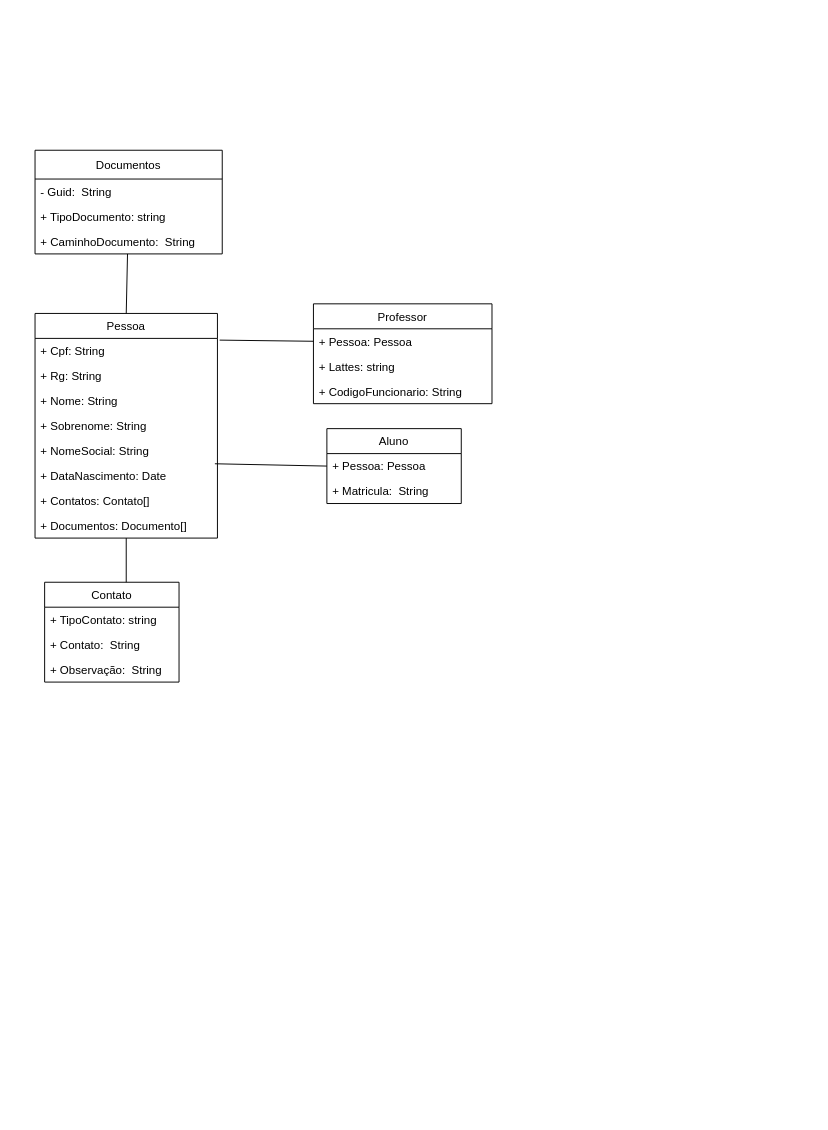
Above: page "Page-2" (2 of 2) of CasoDeUso/Diagrama de caso de uso.drawio in EAbeier/Analise-e-Modelagem-de-Sistemas (draw.io), before the change. Source tidied: cells renumbered, new cells numbered last; positions are measured from the earlier drawing's top-left corner, leaving out a move shared by most shapes. Both pictures are drawn from the tidied source at 96%, with x=0, y=0 at pixel (35, 150).
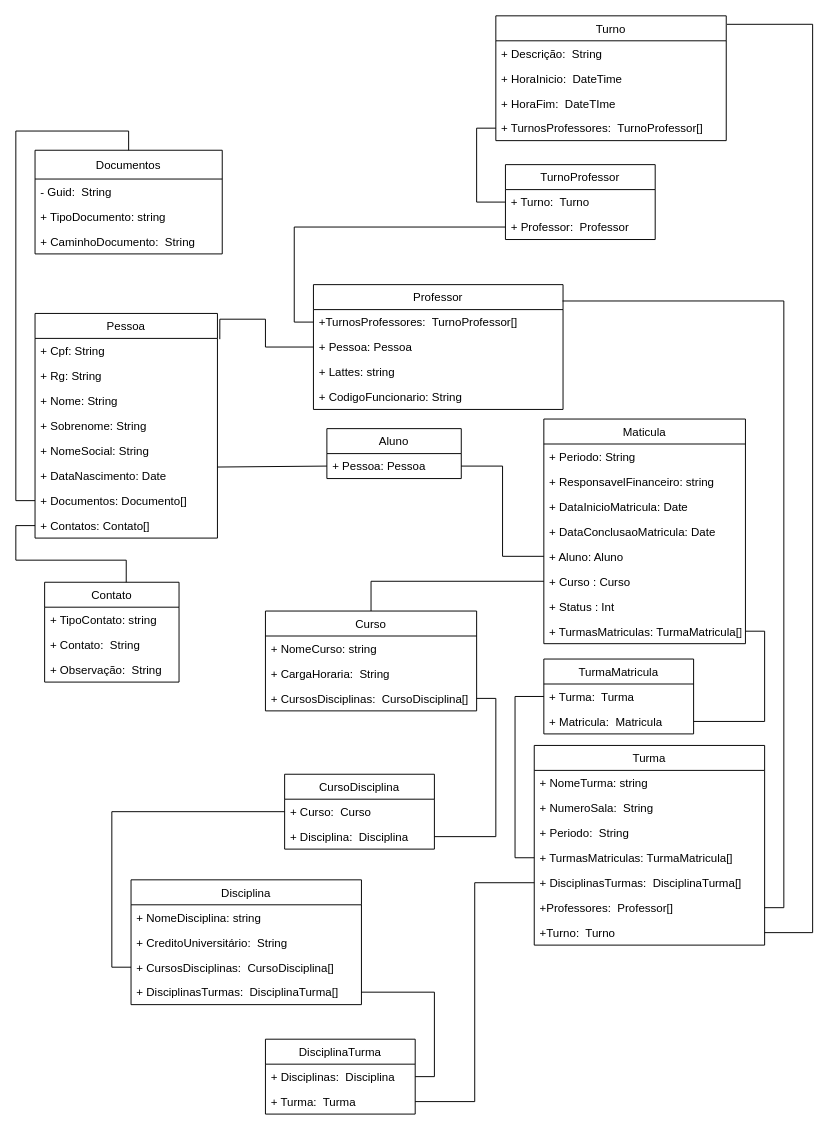
Above is the later version.

The change refers to these unchanged cells:
```xml
<mxCell id="3" value="Pessoa" style="swimlane;fontStyle=0;horizontal=1;startSize=26;fillColor=none;" parent="1" vertex="1">
  <mxGeometry y="170" width="190" height="234" as="geometry" />
</mxCell>
<mxCell id="4" value="+ Cpf: String" style="text;strokeColor=none;fillColor=none;align=left;verticalAlign=top;spacingLeft=4;spacingRight=4;overflow=hidden;points=[[0,0.5],[1,0.5]];portConstraint=eastwest;" parent="3" vertex="1">
  <mxGeometry y="26" width="190" height="26" as="geometry" />
</mxCell>
<mxCell id="9" value="+ DataNascimento: Date" style="text;strokeColor=none;fillColor=none;align=left;verticalAlign=top;spacingLeft=4;spacingRight=4;overflow=hidden;points=[[0,0.5],[1,0.5]];portConstraint=eastwest;" parent="3" vertex="1">
  <mxGeometry y="156" width="190" height="26" as="geometry" />
</mxCell>
<mxCell id="13" value="+ Pessoa: Pessoa" style="text;strokeColor=none;fillColor=none;align=left;verticalAlign=top;spacingLeft=4;spacingRight=4;overflow=hidden;points=[[0,0.5],[1,0.5]];portConstraint=eastwest;" parent="12" vertex="1">
  <mxGeometry y="26" width="140" height="26" as="geometry" />
</mxCell>
<mxCell id="21" value="Contato" style="swimlane;fontStyle=0;horizontal=1;startSize=26;fillColor=none;" parent="1" vertex="1">
  <mxGeometry x="10" y="450" width="140" height="104" as="geometry" />
</mxCell>
<mxCell id="26" value="Documentos" style="swimlane;fontStyle=0;horizontal=1;startSize=30;fillColor=none;" parent="1" vertex="1">
  <mxGeometry width="195" height="108" as="geometry" />
</mxCell>
```

The edit, as a diff of the source:
```diff
@@
-    <mxCell id="2" style="edgeStyle=none;rounded=0;jettySize=auto;html=1;entryX=0.607;entryY=0;entryDx=0;entryDy=0;entryPerimeter=0;startArrow=none;startFill=0;endArrow=none;endFill=0;" parent="1" edge="1" source="3" target="21">
+    <mxCell id="2" style="edgeStyle=orthogonalEdgeStyle;rounded=0;jettySize=auto;html=1;entryX=0.607;entryY=0;entryDx=0;entryDy=0;entryPerimeter=0;startArrow=none;startFill=0;endArrow=none;endFill=0;exitX=0;exitY=0.5;exitDx=0;exitDy=0;" parent="1" edge="1" source="10" target="21">
       <mxGeometry relative="1" as="geometry" />
     </mxCell>
@@
+    <mxCell id="11" value="+ Documentos: Documento[]" style="text;strokeColor=none;fillColor=none;align=left;verticalAlign=top;spacingLeft=4;spacingRight=4;overflow=hidden;points=[[0,0.5],[1,0.5]];portConstraint=eastwest;" parent="3" vertex="1">
+      <mxGeometry y="182" width="190" height="26" as="geometry" />
+    </mxCell>
     <mxCell id="10" value="+ Contatos: Contato[]" style="text;strokeColor=none;fillColor=none;align=left;verticalAlign=top;spacingLeft=4;spacingRight=4;overflow=hidden;points=[[0,0.5],[1,0.5]];portConstraint=eastwest;" parent="3" vertex="1">
-      <mxGeometry y="182" width="190" height="26" as="geometry" />
+      <mxGeometry y="208" width="190" height="26" as="geometry" />
     </mxCell>
-    <mxCell id="11" value="+ Documentos: Documento[]" style="text;strokeColor=none;fillColor=none;align=left;verticalAlign=top;spacingLeft=4;spacingRight=4;overflow=hidden;points=[[0,0.5],[1,0.5]];portConstraint=eastwest;" parent="3" vertex="1">
-      <mxGeometry y="208" width="190" height="26" as="geometry" />
-    </mxCell>
     <mxCell id="12" value="Aluno" style="swimlane;fontStyle=0;horizontal=1;startSize=26;fillColor=none;" parent="1" vertex="1">
-      <mxGeometry x="304" y="290" width="140" height="78" as="geometry" />
+      <mxGeometry x="304" y="290" width="140" height="52" as="geometry" />
     </mxCell>
@@
-    <mxCell id="14" value="+ Matricula:  String" style="text;strokeColor=none;fillColor=none;align=left;verticalAlign=top;spacingLeft=4;spacingRight=4;overflow=hidden;" parent="12" vertex="1">
-      <mxGeometry y="52" width="140" height="26" as="geometry" />
-    </mxCell>
     <mxCell id="15" value="Professor" style="swimlane;fontStyle=0;horizontal=1;startSize=26;fillColor=none;" parent="1" vertex="1">
-      <mxGeometry x="290" y="160" width="186" height="104" as="geometry" />
+      <mxGeometry x="290" y="140" width="260" height="130" as="geometry" />
     </mxCell>
+    <mxCell id="30" value="+TurnosProfessores:  TurnoProfessor[]" style="text;strokeColor=none;fillColor=none;align=left;verticalAlign=top;spacingLeft=4;spacingRight=4;overflow=hidden;points=[[0,0.5],[1,0.5]];portConstraint=eastwest;" parent="15" vertex="1">
+      <mxGeometry y="26" width="260" height="26" as="geometry" />
+    </mxCell>
     <mxCell id="16" value="+ Pessoa: Pessoa" style="text;strokeColor=none;fillColor=none;align=left;verticalAlign=top;spacingLeft=4;spacingRight=4;overflow=hidden;points=[[0,0.5],[1,0.5]];portConstraint=eastwest;" parent="15" vertex="1">
-      <mxGeometry y="26" width="186" height="26" as="geometry" />
+      <mxGeometry y="52" width="260" height="26" as="geometry" />
     </mxCell>
     <mxCell id="17" value="+ Lattes: string" style="text;strokeColor=none;fillColor=none;align=left;verticalAlign=top;spacingLeft=4;spacingRight=4;overflow=hidden;" parent="15" vertex="1">
-      <mxGeometry y="52" width="186" height="26" as="geometry" />
+      <mxGeometry y="78" width="260" height="26" as="geometry" />
     </mxCell>
     <mxCell id="18" value="+ CodigoFuncionario: String" style="text;strokeColor=none;fillColor=none;align=left;verticalAlign=top;spacingLeft=4;spacingRight=4;overflow=hidden;" parent="15" vertex="1">
-      <mxGeometry y="78" width="186" height="26" as="geometry" />
+      <mxGeometry y="104" width="260" height="26" as="geometry" />
     </mxCell>
-    <mxCell id="19" style="edgeStyle=none;rounded=0;jettySize=auto;html=1;exitX=0.986;exitY=0.023;exitDx=0;exitDy=0;entryX=0;entryY=0.5;entryDx=0;entryDy=0;startArrow=none;startFill=0;endArrow=none;endFill=0;exitPerimeter=0;" parent="1" edge="1" source="9" target="13">
-      <mxGeometry relative="1" as="geometry" />
+    <mxCell id="19" style="edgeStyle=none;rounded=0;jettySize=auto;html=1;entryX=0;entryY=0.5;entryDx=0;entryDy=0;startArrow=none;startFill=0;endArrow=none;endFill=0;" parent="1" edge="1" target="13">
+      <mxGeometry relative="1" as="geometry">
+        <mxPoint x="190" y="330" as="sourcePoint" />
+      </mxGeometry>
     </mxCell>
-    <mxCell id="20" style="edgeStyle=none;rounded=0;jettySize=auto;html=1;exitX=1.012;exitY=0.069;exitDx=0;exitDy=0;entryX=0;entryY=0.5;entryDx=0;entryDy=0;startArrow=none;startFill=0;endArrow=none;endFill=0;exitPerimeter=0;" parent="1" edge="1" source="4" target="16">
+    <mxCell id="20" style="edgeStyle=orthogonalEdgeStyle;rounded=0;jettySize=auto;html=1;exitX=1.013;exitY=0.031;exitDx=0;exitDy=0;entryX=0;entryY=0.5;entryDx=0;entryDy=0;startArrow=none;startFill=0;endArrow=none;endFill=0;exitPerimeter=0;" parent="1" edge="1" source="4" target="16">
       <mxGeometry relative="1" as="geometry" />
     </mxCell>
@@
-    <mxCell id="25" style="edgeStyle=none;rounded=0;jettySize=auto;html=1;entryX=0.5;entryY=0;entryDx=0;entryDy=0;startArrow=none;startFill=0;endArrow=none;endFill=0;" parent="1" edge="1" source="26" target="3">
+    <mxCell id="25" style="edgeStyle=orthogonalEdgeStyle;rounded=0;jettySize=auto;html=1;entryX=0;entryY=0.5;entryDx=0;entryDy=0;startArrow=none;startFill=0;endArrow=none;endFill=0;exitX=0.5;exitY=0;exitDx=0;exitDy=0;" parent="1" edge="1" source="26" target="11">
       <mxGeometry relative="1" as="geometry" />
     </mxCell>
@@
+    <mxCell id="31" style="edgeStyle=orthogonalEdgeStyle;rounded=0;jettySize=auto;html=1;endArrow=none;endFill=0;exitX=0;exitY=0.5;exitDx=0;exitDy=0;" parent="1" edge="1" source="37" target="13">
+      <mxGeometry relative="1" as="geometry" />
+    </mxCell>
+    <mxCell id="32" value="Maticula" style="swimlane;fontStyle=0;horizontal=1;startSize=26;fillColor=none;" parent="1" vertex="1">
+      <mxGeometry x="530" y="280" width="210" height="234" as="geometry" />
+    </mxCell>
+    <mxCell id="33" value="+ Periodo: String" style="text;strokeColor=none;fillColor=none;align=left;verticalAlign=top;spacingLeft=4;spacingRight=4;overflow=hidden;" parent="32" vertex="1">
+      <mxGeometry y="26" width="210" height="26" as="geometry" />
+    </mxCell>
+    <mxCell id="34" value="+ ResponsavelFinanceiro: string" style="text;strokeColor=none;fillColor=none;align=left;verticalAlign=top;spacingLeft=4;spacingRight=4;overflow=hidden;" parent="32" vertex="1">
+      <mxGeometry y="52" width="210" height="26" as="geometry" />
+    </mxCell>
+    <mxCell id="35" value="+ DataInicioMatricula: Date" style="text;strokeColor=none;fillColor=none;align=left;verticalAlign=top;spacingLeft=4;spacingRight=4;overflow=hidden;" parent="32" vertex="1">
+      <mxGeometry y="78" width="210" height="26" as="geometry" />
+    </mxCell>
+    <mxCell id="36" value="+ DataConclusaoMatricula: Date" style="text;strokeColor=none;fillColor=none;align=left;verticalAlign=top;spacingLeft=4;spacingRight=4;overflow=hidden;" parent="32" vertex="1">
+      <mxGeometry y="104" width="210" height="26" as="geometry" />
+    </mxCell>
+    <mxCell id="37" value="+ Aluno: Aluno" style="text;strokeColor=none;fillColor=none;align=left;verticalAlign=top;spacingLeft=4;spacingRight=4;overflow=hidden;points=[[0,0.5],[1,0.5]];portConstraint=eastwest;" parent="32" vertex="1">
+      <mxGeometry y="130" width="210" height="26" as="geometry" />
+    </mxCell>
+    <mxCell id="38" value="+ Curso : Curso" style="text;strokeColor=none;fillColor=none;align=left;verticalAlign=top;spacingLeft=4;spacingRight=4;overflow=hidden;points=[[0,0.5],[1,0.5]];portConstraint=eastwest;" parent="32" vertex="1">
+      <mxGeometry y="156" width="210" height="26" as="geometry" />
+    </mxCell>
+    <mxCell id="39" value="+ Status : Int" style="text;strokeColor=none;fillColor=none;align=left;verticalAlign=top;spacingLeft=4;spacingRight=4;overflow=hidden;" parent="32" vertex="1">
+      <mxGeometry y="182" width="210" height="26" as="geometry" />
+    </mxCell>
+    <mxCell id="40" value="+ TurmasMatriculas: TurmaMatricula[]" style="text;strokeColor=none;fillColor=none;align=left;verticalAlign=top;spacingLeft=4;spacingRight=4;overflow=hidden;points=[[0,0.5],[1,0.5]];portConstraint=eastwest;" parent="32" vertex="1">
+      <mxGeometry y="208" width="210" height="26" as="geometry" />
+    </mxCell>
+    <mxCell id="41" style="edgeStyle=orthogonalEdgeStyle;rounded=0;jettySize=auto;html=1;endArrow=none;endFill=0;entryX=0;entryY=0.5;entryDx=0;entryDy=0;" parent="1" edge="1" source="42" target="38">
+      <mxGeometry relative="1" as="geometry" />
+    </mxCell>
+    <mxCell id="42" value="Curso" style="swimlane;fontStyle=0;horizontal=1;startSize=26;fillColor=none;" parent="1" vertex="1">
+      <mxGeometry x="240" y="480" width="220" height="104" as="geometry" />
+    </mxCell>
+    <mxCell id="43" value="+ NomeCurso: string" style="text;strokeColor=none;fillColor=none;align=left;verticalAlign=top;spacingLeft=4;spacingRight=4;overflow=hidden;" parent="42" vertex="1">
+      <mxGeometry y="26" width="220" height="26" as="geometry" />
+    </mxCell>
+    <mxCell id="44" value="+ CargaHoraria:  String" style="text;strokeColor=none;fillColor=none;align=left;verticalAlign=top;spacingLeft=4;spacingRight=4;overflow=hidden;" parent="42" vertex="1">
+      <mxGeometry y="52" width="220" height="26" as="geometry" />
+    </mxCell>
+    <mxCell id="45" value="+ CursosDisciplinas:  CursoDisciplina[]" style="text;strokeColor=none;fillColor=none;align=left;verticalAlign=top;spacingLeft=4;spacingRight=4;overflow=hidden;points=[[0,0.5],[1,0.5]];portConstraint=eastwest;" parent="42" vertex="1">
+      <mxGeometry y="78" width="220" height="26" as="geometry" />
+    </mxCell>
+    <mxCell id="46" style="edgeStyle=orthogonalEdgeStyle;rounded=0;jettySize=auto;html=1;endArrow=none;endFill=0;exitX=0;exitY=0.5;exitDx=0;exitDy=0;" parent="1" edge="1" source="50" target="54">
+      <mxGeometry relative="1" as="geometry" />
+    </mxCell>
+    <mxCell id="47" value="Disciplina" style="swimlane;fontStyle=0;horizontal=1;startSize=26;fillColor=none;" parent="1" vertex="1">
+      <mxGeometry x="100" y="760" width="240" height="130" as="geometry" />
+    </mxCell>
+    <mxCell id="48" value="+ NomeDisciplina: string" style="text;strokeColor=none;fillColor=none;align=left;verticalAlign=top;spacingLeft=4;spacingRight=4;overflow=hidden;" parent="47" vertex="1">
+      <mxGeometry y="26" width="240" height="26" as="geometry" />
+    </mxCell>
+    <mxCell id="49" value="+ CreditoUniversitário:  String" style="text;strokeColor=none;fillColor=none;align=left;verticalAlign=top;spacingLeft=4;spacingRight=4;overflow=hidden;" parent="47" vertex="1">
+      <mxGeometry y="52" width="240" height="26" as="geometry" />
+    </mxCell>
+    <mxCell id="50" value="+ CursosDisciplinas:  CursoDisciplina[]" style="text;strokeColor=none;fillColor=none;align=left;verticalAlign=top;spacingLeft=4;spacingRight=4;overflow=hidden;points=[[0,0.5],[1,0.5]];portConstraint=eastwest;" parent="47" vertex="1">
+      <mxGeometry y="78" width="240" height="26" as="geometry" />
+    </mxCell>
+    <mxCell id="51" value="+ DisciplinasTurmas:  DisciplinaTurma[]" style="text;strokeColor=none;fillColor=none;align=left;verticalAlign=top;spacingLeft=4;spacingRight=4;overflow=hidden;points=[[0,0.5],[1,0.5]];portConstraint=eastwest;" parent="47" vertex="1">
+      <mxGeometry y="104" width="240" height="26" as="geometry" />
+    </mxCell>
+    <mxCell id="52" style="edgeStyle=orthogonalEdgeStyle;rounded=0;jettySize=auto;html=1;exitX=1;exitY=0.5;exitDx=0;exitDy=0;endArrow=none;endFill=0;entryX=1;entryY=0.5;entryDx=0;entryDy=0;" parent="1" edge="1" source="55" target="45">
+      <mxGeometry relative="1" as="geometry" />
+    </mxCell>
+    <mxCell id="53" value="CursoDisciplina" style="swimlane;fontStyle=0;horizontal=1;startSize=26;fillColor=none;" parent="1" vertex="1">
+      <mxGeometry x="260" y="650" width="156" height="78" as="geometry" />
+    </mxCell>
+    <mxCell id="54" value="+ Curso:  Curso" style="text;strokeColor=none;fillColor=none;align=left;verticalAlign=top;spacingLeft=4;spacingRight=4;overflow=hidden;points=[[0,0.5],[1,0.5]];portConstraint=eastwest;" parent="53" vertex="1">
+      <mxGeometry y="26" width="156" height="26" as="geometry" />
+    </mxCell>
+    <mxCell id="55" value="+ Disciplina:  Disciplina" style="text;strokeColor=none;fillColor=none;align=left;verticalAlign=top;spacingLeft=4;spacingRight=4;overflow=hidden;points=[[0,0.5],[1,0.5]];portConstraint=eastwest;" parent="53" vertex="1">
+      <mxGeometry y="52" width="156" height="26" as="geometry" />
+    </mxCell>
+    <mxCell id="56" value="DisciplinaTurma" style="swimlane;fontStyle=0;horizontal=1;startSize=26;fillColor=none;" parent="1" vertex="1">
+      <mxGeometry x="240" y="926" width="156" height="78" as="geometry" />
+    </mxCell>
+    <mxCell id="57" value="+ Disciplinas:  Disciplina" style="text;strokeColor=none;fillColor=none;align=left;verticalAlign=top;spacingLeft=4;spacingRight=4;overflow=hidden;points=[[0,0.5],[1,0.5]];portConstraint=eastwest;" parent="56" vertex="1">
+      <mxGeometry y="26" width="156" height="26" as="geometry" />
+    </mxCell>
+    <mxCell id="58" value="+ Turma:  Turma" style="text;strokeColor=none;fillColor=none;align=left;verticalAlign=top;spacingLeft=4;spacingRight=4;overflow=hidden;points=[[0,0.5],[1,0.5]];portConstraint=eastwest;" parent="56" vertex="1">
+      <mxGeometry y="52" width="156" height="26" as="geometry" />
+    </mxCell>
+    <mxCell id="59" style="edgeStyle=orthogonalEdgeStyle;rounded=0;jettySize=auto;html=1;entryX=1;entryY=0.5;entryDx=0;entryDy=0;endArrow=none;endFill=0;" parent="1" edge="1" source="51" target="57">
+      <mxGeometry relative="1" as="geometry" />
+    </mxCell>
+    <mxCell id="60" value="Turma" style="swimlane;fontStyle=0;horizontal=1;startSize=26;fillColor=none;" parent="1" vertex="1">
+      <mxGeometry x="520" y="620" width="240" height="208" as="geometry" />
+    </mxCell>
+    <mxCell id="61" value="+ NomeTurma: string" style="text;strokeColor=none;fillColor=none;align=left;verticalAlign=top;spacingLeft=4;spacingRight=4;overflow=hidden;" parent="60" vertex="1">
+      <mxGeometry y="26" width="240" height="26" as="geometry" />
+    </mxCell>
+    <mxCell id="62" value="+ NumeroSala:  String" style="text;strokeColor=none;fillColor=none;align=left;verticalAlign=top;spacingLeft=4;spacingRight=4;overflow=hidden;" parent="60" vertex="1">
+      <mxGeometry y="52" width="240" height="26" as="geometry" />
+    </mxCell>
+    <mxCell id="63" value="+ Periodo:  String" style="text;strokeColor=none;fillColor=none;align=left;verticalAlign=top;spacingLeft=4;spacingRight=4;overflow=hidden;" parent="60" vertex="1">
+      <mxGeometry y="78" width="240" height="26" as="geometry" />
+    </mxCell>
+    <mxCell id="64" value="+ TurmasMatriculas: TurmaMatricula[]" style="text;strokeColor=none;fillColor=none;align=left;verticalAlign=top;spacingLeft=4;spacingRight=4;overflow=hidden;points=[[0,0.5],[1,0.5]];portConstraint=eastwest;" parent="60" vertex="1">
+      <mxGeometry y="104" width="240" height="26" as="geometry" />
+    </mxCell>
+    <mxCell id="65" value="+ DisciplinasTurmas:  DisciplinaTurma[]" style="text;strokeColor=none;fillColor=none;align=left;verticalAlign=top;spacingLeft=4;spacingRight=4;overflow=hidden;points=[[0,0.5],[1,0.5]];portConstraint=eastwest;" parent="60" vertex="1">
+      <mxGeometry y="130" width="240" height="26" as="geometry" />
+    </mxCell>
+    <mxCell id="66" value="+Professores:  Professor[]" style="text;strokeColor=none;fillColor=none;align=left;verticalAlign=top;spacingLeft=4;spacingRight=4;overflow=hidden;points=[[0,0.5],[1,0.5]];portConstraint=eastwest;" parent="60" vertex="1">
+      <mxGeometry y="156" width="240" height="26" as="geometry" />
+    </mxCell>
+    <mxCell id="67" value="+Turno:  Turno" style="text;strokeColor=none;fillColor=none;align=left;verticalAlign=top;spacingLeft=4;spacingRight=4;overflow=hidden;points=[[0,0.5],[1,0.5]];portConstraint=eastwest;" parent="60" vertex="1">
+      <mxGeometry y="182" width="240" height="26" as="geometry" />
+    </mxCell>
+    <mxCell id="68" style="edgeStyle=orthogonalEdgeStyle;rounded=0;jettySize=auto;html=1;entryX=1;entryY=0.5;entryDx=0;entryDy=0;endArrow=none;endFill=0;" parent="1" edge="1" source="65" target="58">
+      <mxGeometry relative="1" as="geometry" />
+    </mxCell>
+    <mxCell id="69" value="TurmaMatricula" style="swimlane;fontStyle=0;horizontal=1;startSize=26;fillColor=none;" parent="1" vertex="1">
+      <mxGeometry x="530" y="530" width="156" height="78" as="geometry" />
+    </mxCell>
+    <mxCell id="70" value="+ Turma:  Turma" style="text;strokeColor=none;fillColor=none;align=left;verticalAlign=top;spacingLeft=4;spacingRight=4;overflow=hidden;points=[[0,0.5],[1,0.5]];portConstraint=eastwest;" parent="69" vertex="1">
+      <mxGeometry y="26" width="156" height="26" as="geometry" />
+    </mxCell>
+    <mxCell id="71" value="+ Matricula:  Matricula" style="text;strokeColor=none;fillColor=none;align=left;verticalAlign=top;spacingLeft=4;spacingRight=4;overflow=hidden;points=[[0,0.5],[1,0.5]];portConstraint=eastwest;" parent="69" vertex="1">
+      <mxGeometry y="52" width="156" height="26" as="geometry" />
+    </mxCell>
+    <mxCell id="72" style="edgeStyle=orthogonalEdgeStyle;rounded=0;jettySize=auto;html=1;exitX=0;exitY=0.5;exitDx=0;exitDy=0;entryX=0;entryY=0.5;entryDx=0;entryDy=0;endArrow=none;endFill=0;" parent="1" edge="1" source="64" target="70">
+      <mxGeometry relative="1" as="geometry" />
+    </mxCell>
+    <mxCell id="73" style="edgeStyle=orthogonalEdgeStyle;rounded=0;jettySize=auto;html=1;endArrow=none;endFill=0;entryX=1;entryY=0.5;entryDx=0;entryDy=0;" parent="1" edge="1" source="71" target="40">
+      <mxGeometry relative="1" as="geometry" />
+    </mxCell>
+    <mxCell id="74" style="edgeStyle=orthogonalEdgeStyle;rounded=0;jettySize=auto;html=1;entryX=0.998;entryY=0.131;entryDx=0;entryDy=0;entryPerimeter=0;endArrow=none;endFill=0;" parent="1" edge="1" source="66" target="15">
+      <mxGeometry relative="1" as="geometry">
+        <Array as="points">
+          <mxPoint x="780" y="789" />
+          <mxPoint x="780" y="157" />
+        </Array>
+      </mxGeometry>
+    </mxCell>
+    <mxCell id="75" value="TurnoProfessor" style="swimlane;fontStyle=0;horizontal=1;startSize=26;fillColor=none;" parent="1" vertex="1">
+      <mxGeometry x="490" y="15" width="156" height="78" as="geometry" />
+    </mxCell>
+    <mxCell id="76" value="+ Turno:  Turno" style="text;strokeColor=none;fillColor=none;align=left;verticalAlign=top;spacingLeft=4;spacingRight=4;overflow=hidden;points=[[0,0.5],[1,0.5]];portConstraint=eastwest;" parent="75" vertex="1">
+      <mxGeometry y="26" width="156" height="26" as="geometry" />
+    </mxCell>
+    <mxCell id="77" value="+ Professor:  Professor" style="text;strokeColor=none;fillColor=none;align=left;verticalAlign=top;spacingLeft=4;spacingRight=4;overflow=hidden;points=[[0,0.5],[1,0.5]];portConstraint=eastwest;" parent="75" vertex="1">
+      <mxGeometry y="52" width="156" height="26" as="geometry" />
+    </mxCell>
+    <mxCell id="78" style="edgeStyle=orthogonalEdgeStyle;rounded=0;jettySize=auto;html=1;endArrow=none;endFill=0;entryX=0;entryY=0.5;entryDx=0;entryDy=0;" parent="1" edge="1" source="77" target="30">
+      <mxGeometry relative="1" as="geometry" />
+    </mxCell>
+    <mxCell id="79" style="edgeStyle=orthogonalEdgeStyle;rounded=0;jettySize=auto;html=1;endArrow=none;endFill=0;entryX=1.003;entryY=0.068;entryDx=0;entryDy=0;entryPerimeter=0;" parent="1" edge="1" source="67" target="80">
+      <mxGeometry relative="1" as="geometry">
+        <Array as="points">
+          <mxPoint x="810" y="815" />
+          <mxPoint x="810" y="-131" />
+        </Array>
+      </mxGeometry>
+    </mxCell>
+    <mxCell id="80" value="Turno" style="swimlane;fontStyle=0;horizontal=1;startSize=26;fillColor=none;" parent="1" vertex="1">
+      <mxGeometry x="480" y="-140" width="240" height="130" as="geometry" />
+    </mxCell>
+    <mxCell id="81" value="+ Descrição:  String" style="text;strokeColor=none;fillColor=none;align=left;verticalAlign=top;spacingLeft=4;spacingRight=4;overflow=hidden;" parent="80" vertex="1">
+      <mxGeometry y="26" width="240" height="26" as="geometry" />
+    </mxCell>
+    <mxCell id="82" value="+ HoraInicio:  DateTime" style="text;strokeColor=none;fillColor=none;align=left;verticalAlign=top;spacingLeft=4;spacingRight=4;overflow=hidden;" parent="80" vertex="1">
+      <mxGeometry y="52" width="240" height="26" as="geometry" />
+    </mxCell>
+    <mxCell id="83" value="+ HoraFim:  DateTIme" style="text;strokeColor=none;fillColor=none;align=left;verticalAlign=top;spacingLeft=4;spacingRight=4;overflow=hidden;" parent="80" vertex="1">
+      <mxGeometry y="78" width="240" height="26" as="geometry" />
+    </mxCell>
+    <mxCell id="84" value="+ TurnosProfessores:  TurnoProfessor[]" style="text;strokeColor=none;fillColor=none;align=left;verticalAlign=top;spacingLeft=4;spacingRight=4;overflow=hidden;points=[[0,0.5],[1,0.5]];portConstraint=eastwest;" parent="80" vertex="1">
+      <mxGeometry y="104" width="240" height="26" as="geometry" />
+    </mxCell>
+    <mxCell id="85" style="edgeStyle=orthogonalEdgeStyle;rounded=0;jettySize=auto;html=1;entryX=0;entryY=0.5;entryDx=0;entryDy=0;endArrow=none;endFill=0;" parent="1" edge="1" source="84" target="76">
+      <mxGeometry relative="1" as="geometry" />
+    </mxCell>
```
